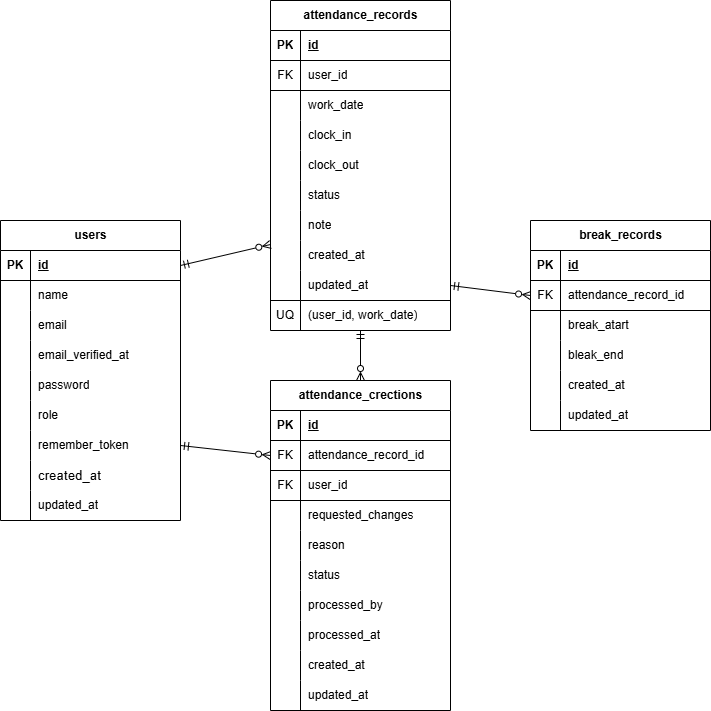
Above: readme-assets/table.png in yoki229/KINTAI (draw.io), before the change. Source tidied: cells renumbered, new cells last; positions are measured from the earlier drawing's top-left corner, leaving out a move shared by most shapes.
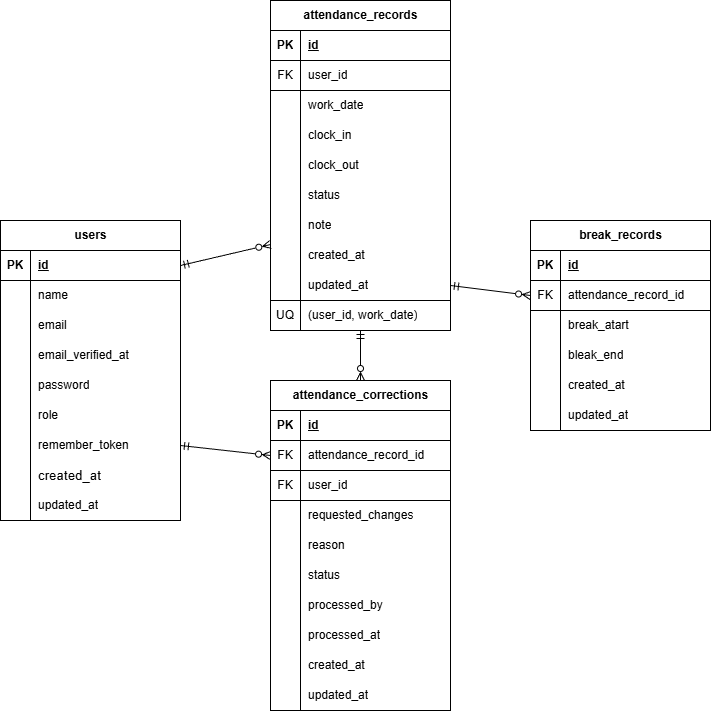
The same file after the commit.

Diff of the diagram source:
```diff
@@ -182,7 +182,7 @@
     <mxCell id="61" style="edgeStyle=none;html=1;exitX=0.5;exitY=0;exitDx=0;exitDy=0;entryX=0.5;entryY=1;entryDx=0;entryDy=0;endArrow=ERmandOne;endFill=0;startArrow=ERzeroToMany;startFill=0;" parent="1" edge="1" source="62" target="30">
       <mxGeometry relative="1" as="geometry" />
     </mxCell>
-    <mxCell id="62" value="attendance_crections" style="shape=table;startSize=30;rowLines=0;fontStyle=1;align=center;html=1;" parent="1" vertex="1">
+    <mxCell id="62" value="attendance_corrections" style="shape=table;startSize=30;rowLines=0;fontStyle=1;align=center;html=1;" parent="1" vertex="1">
       <mxGeometry x="270" y="380" width="180" height="330" as="geometry" />
     </mxCell>
     <mxCell id="63" style="shape=tableRow;horizontal=0;startSize=0;swimlaneHead=0;swimlaneBody=0;fillColor=none;top=0;left=0;right=0;bottom=1;" parent="62" vertex="1">
```
